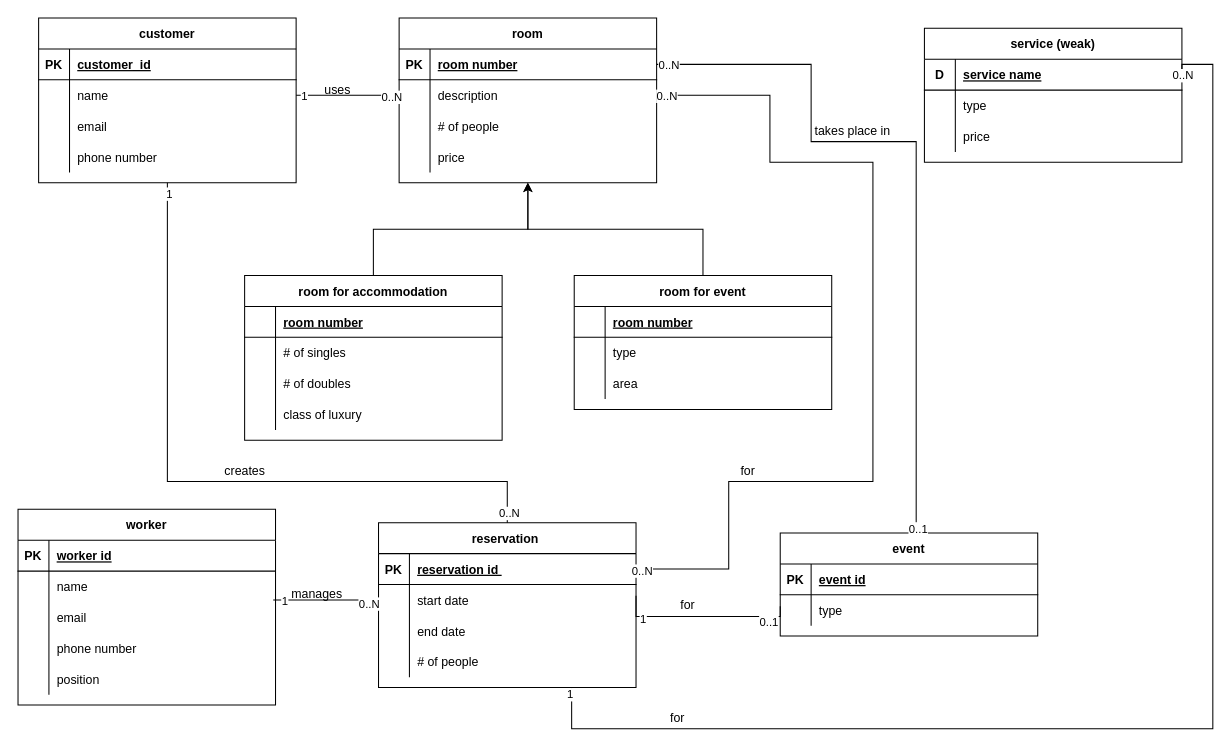
The draw.io diagram ids_er.drawio in pomjak/ids, before the edit. Source tidied: cells renumbered, new cells numbered last; positions are measured from the earlier drawing's top-left corner, leaving out a move shared by most shapes. Both pictures are drawn from the tidied source at 103%, with x=0, y=0 at pixel (18, 18).
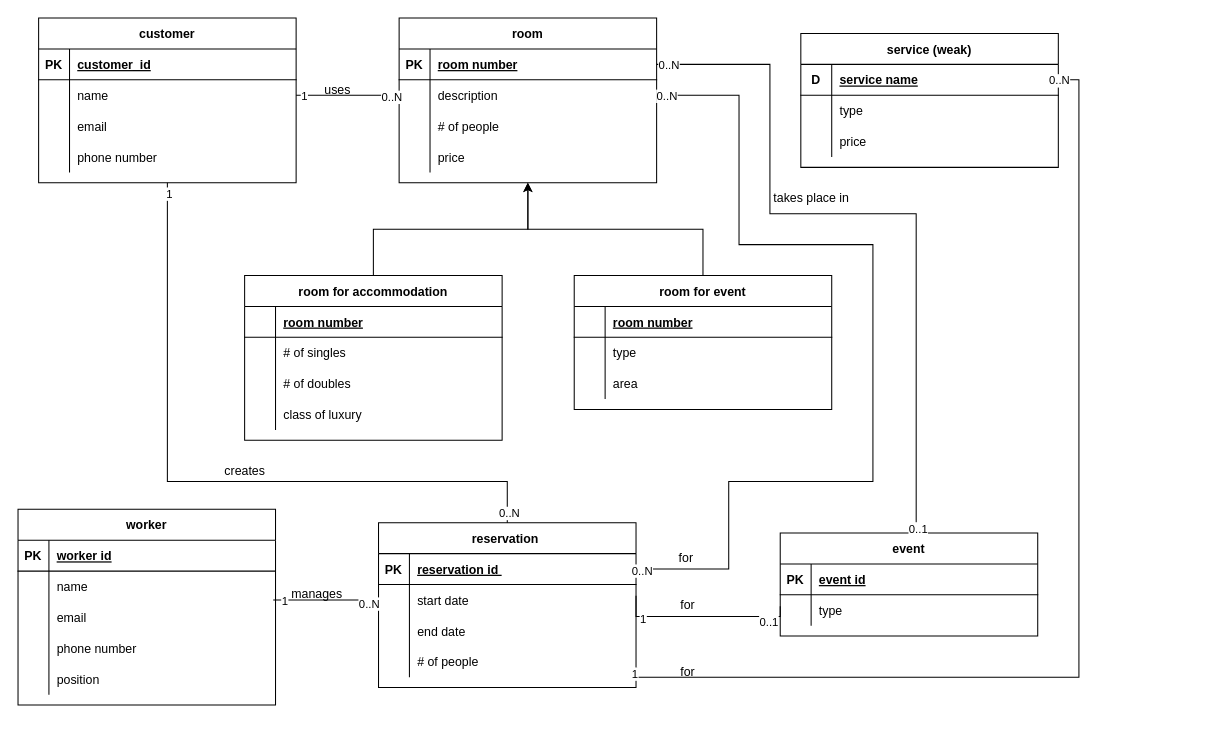
Above is the later version.

Unchanged cells that the change refers to:
```xml
<mxCell id="2" value="reservation " style="shape=table;startSize=30;childLayout=tableLayout;rowLines=0;fontStyle=1;align=center;" parent="1" vertex="1">
  <mxGeometry x="350" y="490" width="250" height="160" as="geometry" />
</mxCell>
<mxCell id="3" style="shape=partialRectangle;fillColor=none;points=[[0,0.5],[1,0.5]];portConstraint=eastwest;top=0;left=0;right=0;bottom=1;" parent="2" vertex="1">
  <mxGeometry y="30" width="250" height="30" as="geometry" />
</mxCell>
<mxCell id="12" style="shape=partialRectangle;fillColor=none;points=[[0,0.5],[1,0.5]];portConstraint=eastwest;top=0;left=0;right=0;bottom=0;" parent="2" vertex="1">
  <mxGeometry y="120" width="250" height="30" as="geometry" />
</mxCell>
<mxCell id="16" style="shape=partialRectangle;fillColor=none;points=[[0,0.5],[1,0.5]];portConstraint=eastwest;top=0;left=0;right=0;bottom=1;" parent="15" vertex="1">
  <mxGeometry y="30" width="250" height="30" as="geometry" />
</mxCell>
<mxCell id="19" style="shape=partialRectangle;fillColor=none;points=[[0,0.5],[1,0.5]];portConstraint=eastwest;top=0;left=0;right=0;bottom=0;" parent="15" vertex="1">
  <mxGeometry y="60" width="250" height="30" as="geometry" />
</mxCell>
<mxCell id="60" value="event" style="shape=table;startSize=30;childLayout=tableLayout;rowLines=0;fontStyle=1;align=center;" parent="1" vertex="1">
  <mxGeometry x="740" y="500" width="250" height="100" as="geometry" />
</mxCell>
<mxCell id="74" style="shape=partialRectangle;fillColor=none;points=[[0,0.5],[1,0.5]];portConstraint=eastwest;top=0;left=0;right=0;bottom=1;" parent="73" vertex="1">
  <mxGeometry y="30" width="250" height="30" as="geometry" />
</mxCell>
```

The edit, as a diff of the source:
```diff
@@
     <mxCell id="73" value="service (weak)" style="shape=table;startSize=30;childLayout=tableLayout;rowLines=0;fontStyle=1;align=center;" parent="1" vertex="1">
-      <mxGeometry x="880" y="10" width="250" height="130" as="geometry" />
+      <mxGeometry x="760" y="15" width="250" height="130" as="geometry" />
     </mxCell>
@@
-    <mxCell id="86" style="edgeStyle=orthogonalEdgeStyle;rounded=0;jettySize=auto;html=1;exitX=1;exitY=0.5;exitDx=0;exitDy=0;entryX=0.75;entryY=1;entryDx=0;entryDy=0;endArrow=none;endFill=0;" parent="1" edge="1" source="74" target="2">
+    <mxCell id="86" style="edgeStyle=orthogonalEdgeStyle;rounded=0;jettySize=auto;html=1;exitX=1;exitY=0.5;exitDx=0;exitDy=0;entryX=1.003;entryY=0.693;entryDx=0;entryDy=0;endArrow=none;endFill=0;entryPerimeter=0;" parent="1" edge="1" source="74" target="12">
       <mxGeometry relative="1" as="geometry">
         <Array as="points">
-          <mxPoint x="1130" y="45" />
-          <mxPoint x="1160" y="45" />
-          <mxPoint x="1160" y="690" />
-          <mxPoint x="538" y="690" />
+          <mxPoint x="1030" y="60" />
+          <mxPoint x="1030" y="640" />
+          <mxPoint x="601" y="640" />
         </Array>
       </mxGeometry>
     </mxCell>
@@
     <mxCell id="114" style="edgeStyle=orthogonalEdgeStyle;rounded=0;jettySize=auto;html=1;exitX=1;exitY=0.5;exitDx=0;exitDy=0;entryX=1;entryY=0.5;entryDx=0;entryDy=0;endArrow=none;endFill=0;" parent="1" edge="1" source="3" target="19">
       <mxGeometry relative="1" as="geometry">
         <Array as="points">
           <mxPoint x="690" y="535" />
           <mxPoint x="690" y="450" />
           <mxPoint x="830" y="450" />
-          <mxPoint x="830" y="140" />
-          <mxPoint x="730" y="140" />
-          <mxPoint x="730" y="75" />
+          <mxPoint x="830" y="220" />
+          <mxPoint x="700" y="220" />
+          <mxPoint x="700" y="75" />
         </Array>
       </mxGeometry>
     </mxCell>
@@
     <mxCell id="117" style="edgeStyle=orthogonalEdgeStyle;rounded=0;jettySize=auto;html=1;exitX=1;exitY=0.5;exitDx=0;exitDy=0;entryX=0.528;entryY=-0.012;entryDx=0;entryDy=0;entryPerimeter=0;endArrow=none;endFill=0;" parent="1" edge="1" source="16" target="60">
       <mxGeometry relative="1" as="geometry">
         <Array as="points">
-          <mxPoint x="770" y="45" />
-          <mxPoint x="770" y="120" />
-          <mxPoint x="872" y="120" />
+          <mxPoint x="730" y="45" />
+          <mxPoint x="730" y="190" />
+          <mxPoint x="872" y="190" />
         </Array>
       </mxGeometry>
     </mxCell>
@@
     <mxCell id="123" value="for&amp;nbsp;" style="text;html=1;align=center;verticalAlign=middle;strokeColor=none;fillColor=none;" parent="1" vertex="1">
-      <mxGeometry x="690" y="425" width="40" height="30" as="geometry" />
+      <mxGeometry x="630" y="510" width="40" height="30" as="geometry" />
     </mxCell>
@@
     <mxCell id="125" value="&amp;nbsp; &amp;nbsp; &amp;nbsp; takes place in" style="text;html=1;align=center;verticalAlign=middle;strokeColor=none;fillColor=none;" parent="1" vertex="1">
-      <mxGeometry x="740" y="95" width="120" height="30" as="geometry" />
+      <mxGeometry x="700" y="160" width="120" height="30" as="geometry" />
     </mxCell>
     <mxCell id="126" value="for" style="text;html=1;align=center;verticalAlign=middle;strokeColor=none;fillColor=none;" parent="1" vertex="1">
-      <mxGeometry x="620" y="665" width="40" height="30" as="geometry" />
+      <mxGeometry x="630" y="620" width="40" height="30" as="geometry" />
     </mxCell>
```
